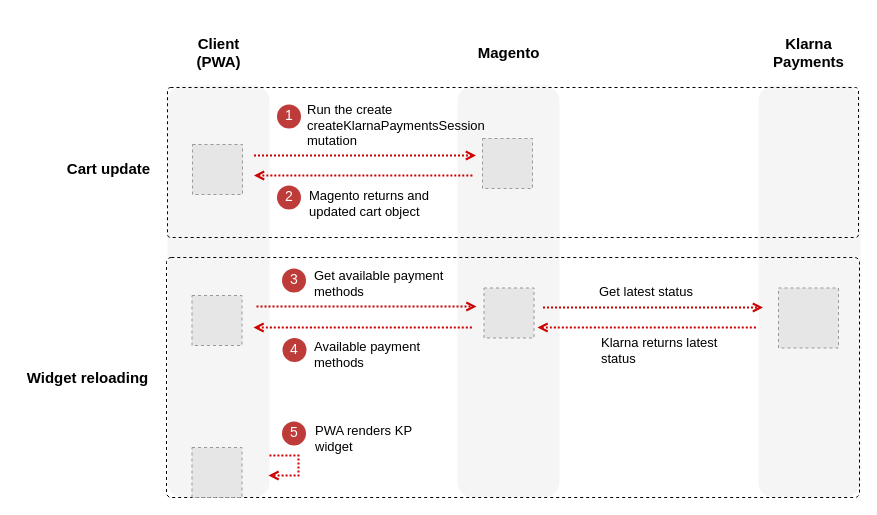
Above: src/guides/v2.4/graphql/images/klarna-payments-cart-updates.drawio in magento/devdocs (draw.io), before the change. Source tidied: cells renumbered, new cells numbered last; positions are measured from the earlier drawing's top-left corner, leaving out a move shared by most shapes. Both pictures are drawn from the tidied source at 100%, with x=0, y=0 at pixel (17, 17). Pictures stored in the file or linked from it are replaced by grey dashed boxes.
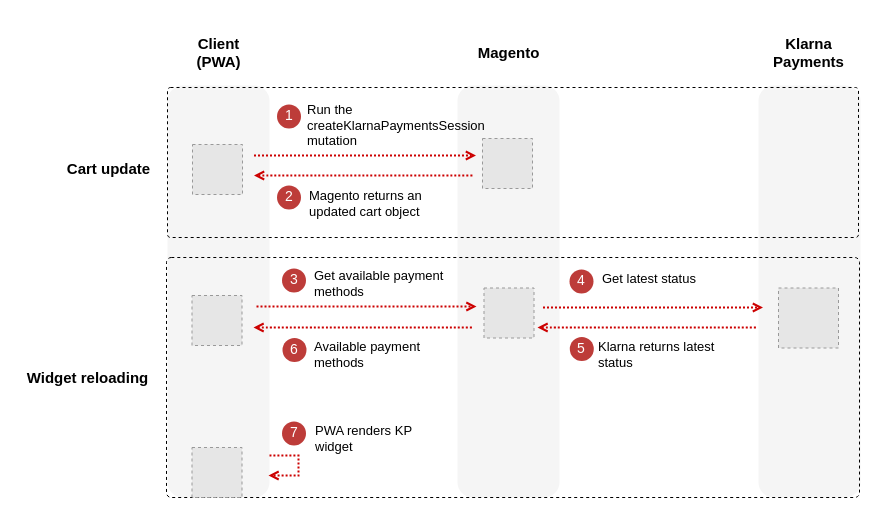
After the change.

Commit message (it also covers changes not shown here):
Fixed diagrams and linting

The change refers to these unchanged cells:
```xml
<mxCell id="8" style="group;" parent="7" vertex="1">
  <mxGeometry y="9" width="143" height="42" as="geometry" />
</mxCell>
<mxCell id="14" style="group;" parent="1" vertex="1">
  <mxGeometry x="260" y="160" width="580" height="161" as="geometry" />
</mxCell>
<mxCell id="28" style="group;" parent="1" vertex="1">
  <mxGeometry x="259.5" y="87" width="140" height="42" as="geometry" />
</mxCell>
<mxCell id="34" style="group;" parent="1" vertex="1">
  <mxGeometry x="265" y="315.5" width="171" height="42" as="geometry" />
</mxCell>
```

Change to the diagram source:
```diff
@@
-    <mxCell id="9" value="&lt;div style=&quot;text-align: center ; font-size: 14px&quot;&gt;5&lt;/div&gt;" style="ellipse;whiteSpace=wrap;html=1;fillColor=#BD3C39;fontFamily=Helvetica;align=center;strokeColor=none;fontSize=14;verticalAlign=middle;horizontal=1;spacingTop=0;spacingRight=0;spacingLeft=0;fontColor=#FFFFFF;spacing=0;labelPosition=center;verticalLabelPosition=middle;spacingBottom=2;" parent="8" vertex="1">
+    <mxCell id="9" value="&lt;div style=&quot;text-align: center ; font-size: 14px&quot;&gt;7&lt;/div&gt;" style="ellipse;whiteSpace=wrap;html=1;fillColor=#BD3C39;fontFamily=Helvetica;align=center;strokeColor=none;fontSize=14;verticalAlign=middle;horizontal=1;spacingTop=0;spacingRight=0;spacingLeft=0;fontColor=#FFFFFF;spacing=0;labelPosition=center;verticalLabelPosition=middle;spacingBottom=2;" parent="8" vertex="1">
       <mxGeometry y="4" width="24" height="24" as="geometry" />
     </mxCell>
@@
-    <mxCell id="12" style="group;" parent="1" vertex="1">
-      <mxGeometry x="552" y="311.5" width="164" height="42" as="geometry" />
-    </mxCell>
-    <mxCell id="13" value="&lt;p style=&quot;font-size: 13px&quot;&gt;Klarna returns latest status&lt;/p&gt;" style="text;html=1;strokeColor=none;fillColor=none;align=left;verticalAlign=middle;whiteSpace=wrap;rounded=0;fontFamily=Helvetica;fontSize=13;fontColor=#000000;spacing=0;labelPosition=center;verticalLabelPosition=middle;" parent="12" vertex="1">
-      <mxGeometry x="32" width="132" height="42" as="geometry" />
-    </mxCell>
@@
-    <mxCell id="15" value="&lt;p style=&quot;font-size: 13px&quot;&gt;Magento returns and updated cart object&lt;/p&gt;" style="text;html=1;strokeColor=none;fillColor=none;align=left;verticalAlign=middle;whiteSpace=wrap;rounded=0;fontFamily=Helvetica;fontSize=13;fontColor=#000000;spacing=0;labelPosition=center;verticalLabelPosition=middle;" parent="14" vertex="1">
+    <mxCell id="15" value="&lt;p style=&quot;font-size: 13px&quot;&gt;Magento returns an updated cart object&lt;/p&gt;" style="text;html=1;strokeColor=none;fillColor=none;align=left;verticalAlign=middle;whiteSpace=wrap;rounded=0;fontFamily=Helvetica;fontSize=13;fontColor=#000000;spacing=0;labelPosition=center;verticalLabelPosition=middle;" parent="14" vertex="1">
       <mxGeometry x="31.5" y="5" width="128.5" height="42" as="geometry" />
     </mxCell>
@@
-    <mxCell id="23" value="&lt;p style=&quot;font-size: 13px&quot;&gt;Get latest status&lt;/p&gt;" style="text;html=1;strokeColor=none;fillColor=none;align=left;verticalAlign=middle;whiteSpace=wrap;rounded=0;fontFamily=Helvetica;fontSize=13;fontColor=#000000;spacing=0;labelPosition=center;verticalLabelPosition=middle;" parent="1" vertex="1">
-      <mxGeometry x="582" y="253" width="139" height="42" as="geometry" />
-    </mxCell>
@@
-    <mxCell id="29" value="&lt;p style=&quot;font-size: 13px&quot;&gt;Run the create&lt;br&gt;createKlarnaPaymentsSession mutation&lt;/p&gt;" style="text;html=1;strokeColor=none;fillColor=none;align=left;verticalAlign=middle;whiteSpace=wrap;rounded=0;fontFamily=Helvetica;fontSize=13;fontColor=#000000;spacing=0;labelPosition=center;verticalLabelPosition=middle;" parent="28" vertex="1">
+    <mxCell id="29" value="&lt;p style=&quot;font-size: 13px&quot;&gt;Run the&lt;br&gt;createKlarnaPaymentsSession mutation&lt;/p&gt;" style="text;html=1;strokeColor=none;fillColor=none;align=left;verticalAlign=middle;whiteSpace=wrap;rounded=0;fontFamily=Helvetica;fontSize=13;fontColor=#000000;spacing=0;labelPosition=center;verticalLabelPosition=middle;" parent="28" vertex="1">
       <mxGeometry x="30" width="110" height="42" as="geometry" />
     </mxCell>
@@
-    <mxCell id="35" value="&lt;div style=&quot;text-align: center ; font-size: 14px&quot;&gt;4&lt;/div&gt;" style="ellipse;whiteSpace=wrap;html=1;fillColor=#BD3C39;fontFamily=Helvetica;align=center;strokeColor=none;fontSize=14;verticalAlign=middle;horizontal=1;spacingTop=0;spacingRight=0;spacingLeft=0;fontColor=#FFFFFF;spacing=0;labelPosition=center;verticalLabelPosition=middle;spacingBottom=2;" parent="34" vertex="1">
+    <mxCell id="35" value="&lt;div style=&quot;text-align: center ; font-size: 14px&quot;&gt;6&lt;/div&gt;" style="ellipse;whiteSpace=wrap;html=1;fillColor=#BD3C39;fontFamily=Helvetica;align=center;strokeColor=none;fontSize=14;verticalAlign=middle;horizontal=1;spacingTop=0;spacingRight=0;spacingLeft=0;fontColor=#FFFFFF;spacing=0;labelPosition=center;verticalLabelPosition=middle;spacingBottom=2;" parent="34" vertex="1">
       <mxGeometry y="5" width="24" height="24" as="geometry" />
     </mxCell>
@@
+    <mxCell id="44" value="&lt;div style=&quot;text-align: center ; font-size: 14px&quot;&gt;4&lt;/div&gt;" style="ellipse;whiteSpace=wrap;html=1;fillColor=#BD3C39;fontFamily=Helvetica;align=center;strokeColor=none;fontSize=14;verticalAlign=middle;horizontal=1;spacingTop=0;spacingRight=0;spacingLeft=0;fontColor=#FFFFFF;spacing=0;labelPosition=center;verticalLabelPosition=middle;spacingBottom=2;" parent="1" vertex="1">
+      <mxGeometry x="552" y="252" width="24" height="24" as="geometry" />
+    </mxCell>
+    <mxCell id="23" value="&lt;p style=&quot;font-size: 13px&quot;&gt;Get latest status&lt;/p&gt;" style="text;html=1;strokeColor=none;fillColor=none;align=left;verticalAlign=middle;whiteSpace=wrap;rounded=0;fontFamily=Helvetica;fontSize=13;fontColor=#000000;spacing=0;labelPosition=center;verticalLabelPosition=middle;" parent="1" vertex="1">
+      <mxGeometry x="585.4" y="240" width="139" height="42" as="geometry" />
+    </mxCell>
+    <mxCell id="45" style="group;" parent="1" vertex="1">
+      <mxGeometry x="549" y="315.5" width="164" height="42" as="geometry" />
+    </mxCell>
+    <mxCell id="13" value="&lt;p style=&quot;font-size: 13px&quot;&gt;Klarna returns latest status&lt;/p&gt;" style="text;html=1;strokeColor=none;fillColor=none;align=left;verticalAlign=middle;whiteSpace=wrap;rounded=0;fontFamily=Helvetica;fontSize=13;fontColor=#000000;spacing=0;labelPosition=center;verticalLabelPosition=middle;" parent="45" vertex="1">
+      <mxGeometry x="32" width="132" height="42" as="geometry" />
+    </mxCell>
+    <mxCell id="46" value="&lt;div style=&quot;text-align: center ; font-size: 14px&quot;&gt;5&lt;/div&gt;" style="ellipse;whiteSpace=wrap;html=1;fillColor=#BD3C39;fontFamily=Helvetica;align=center;strokeColor=none;fontSize=14;verticalAlign=middle;horizontal=1;spacingTop=0;spacingRight=0;spacingLeft=0;fontColor=#FFFFFF;spacing=0;labelPosition=center;verticalLabelPosition=middle;spacingBottom=2;" parent="1" vertex="1">
+      <mxGeometry x="552.3" y="319.5" width="24" height="24" as="geometry" />
+    </mxCell>
```
